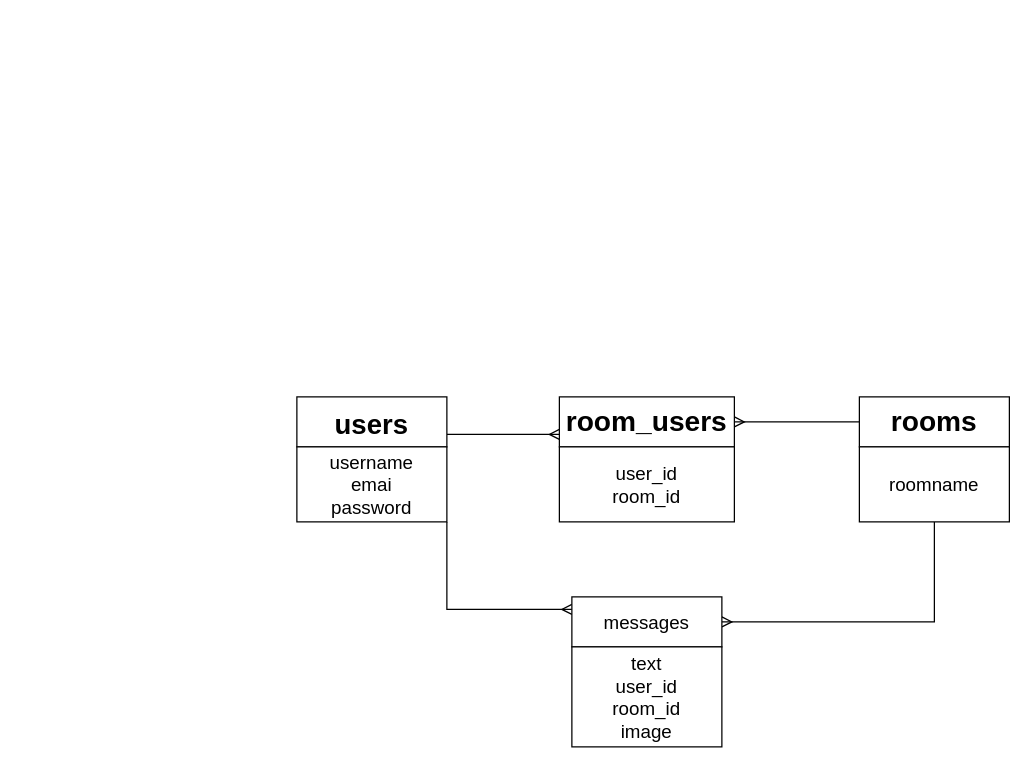
Earlier version of the draw.io diagram er.dio (kawasaki03/chat-service). Source tidied: cells renumbered, new cells numbered last; positions are measured from the earlier drawing's top-left corner, leaving out a move shared by most shapes. Both pictures are drawn from the tidied source at 125%, with x=0, y=0 at pixel (296, 396).
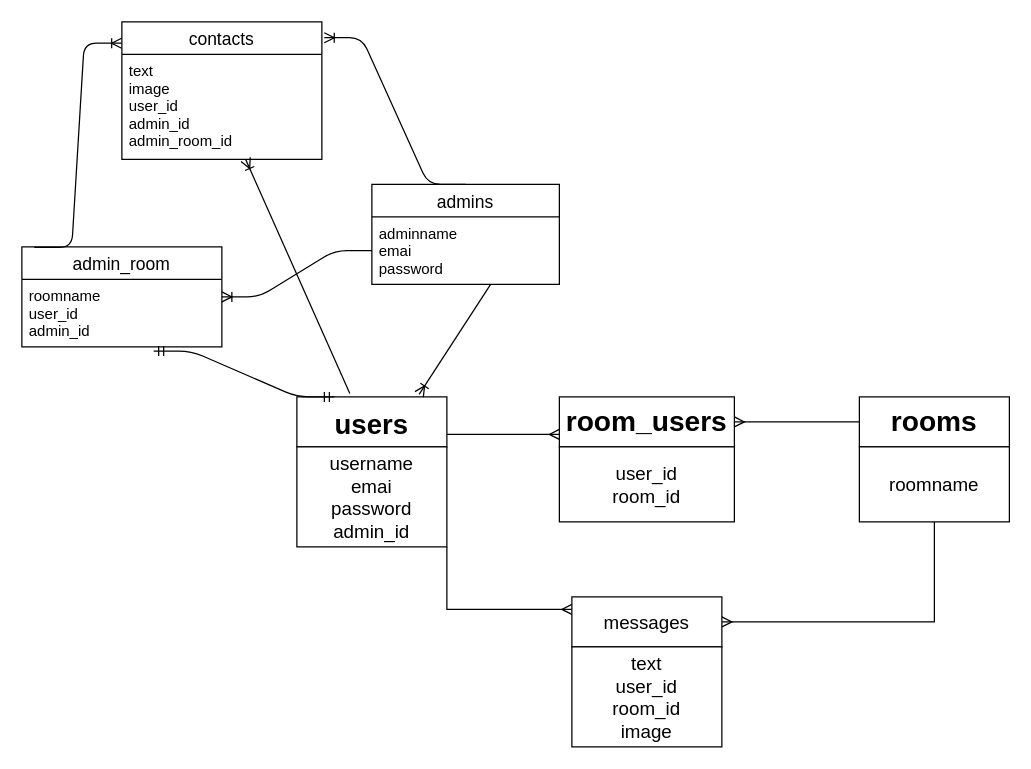
The same page after the edit.

Unchanged cells that the change refers to:
```xml
<mxCell id="3" value="&lt;h2&gt;&lt;font style=&quot;font-size: 22px&quot;&gt;users&lt;/font&gt;&lt;/h2&gt;" style="rounded=0;whiteSpace=wrap;html=1;fontSize=19;" parent="1" vertex="1">
  <mxGeometry width="120" height="40" as="geometry" />
</mxCell>
```

The edit, as a diff of the source:
```diff
@@
-    <mxCell id="5" value="&lt;font style=&quot;line-height: 50%; font-size: 15px;&quot;&gt;username&lt;br style=&quot;font-size: 15px;&quot;&gt;emai&lt;br style=&quot;font-size: 15px;&quot;&gt;password&lt;br style=&quot;font-size: 15px;&quot;&gt;&lt;/font&gt;" style="rounded=0;whiteSpace=wrap;html=1;fontSize=15;verticalAlign=middle;horizontal=1;align=center;spacing=2;" parent="1" vertex="1">
-      <mxGeometry y="40" width="120" height="60" as="geometry" />
+    <mxCell id="5" value="&lt;font style=&quot;line-height: 50% ; font-size: 15px&quot;&gt;username&lt;br style=&quot;font-size: 15px&quot;&gt;emai&lt;br style=&quot;font-size: 15px&quot;&gt;password&lt;br&gt;admin_id&lt;br style=&quot;font-size: 15px&quot;&gt;&lt;/font&gt;" style="rounded=0;whiteSpace=wrap;html=1;fontSize=15;verticalAlign=middle;horizontal=1;align=center;spacing=2;" parent="1" vertex="1">
+      <mxGeometry y="40" width="120" height="80" as="geometry" />
     </mxCell>
@@
+    <mxCell id="15" value="admins" style="swimlane;fontStyle=0;horizontal=1;startSize=26;align=center;fontSize=14;" parent="1" vertex="1">
+      <mxGeometry x="60" y="-170" width="150" height="80" as="geometry" />
+    </mxCell>
+    <mxCell id="16" value="adminname&#10;emai&#10;password" style="text;strokeColor=none;fillColor=none;spacingLeft=4;spacingRight=4;overflow=hidden;points=[[0,0.5],[1,0.5]];portConstraint=eastwest;fontSize=12;" parent="15" vertex="1">
+      <mxGeometry y="26" width="150" height="54" as="geometry" />
+    </mxCell>
+    <mxCell id="17" value="admin_room" style="swimlane;fontStyle=0;horizontal=1;startSize=26;align=center;fontSize=14;" parent="1" vertex="1">
+      <mxGeometry x="-220" y="-120" width="160" height="80" as="geometry" />
+    </mxCell>
+    <mxCell id="18" value="roomname&#10;user_id&#10;admin_id&#10;" style="text;strokeColor=none;fillColor=none;spacingLeft=4;spacingRight=4;overflow=hidden;points=[[0,0.5],[1,0.5]];portConstraint=eastwest;fontSize=12;" parent="17" vertex="1">
+      <mxGeometry y="26" width="160" height="54" as="geometry" />
+    </mxCell>
+    <mxCell id="19" value="contacts" style="swimlane;fontStyle=0;horizontal=1;startSize=26;align=center;fontSize=14;" parent="1" vertex="1">
+      <mxGeometry x="-140" y="-300" width="160" height="110" as="geometry" />
+    </mxCell>
+    <mxCell id="20" value="text&#10;image&#10;user_id&#10;admin_id&#10;admin_room_id" style="text;strokeColor=none;fillColor=none;spacingLeft=4;spacingRight=4;overflow=hidden;fontSize=12;" parent="19" vertex="1">
+      <mxGeometry y="26" width="160" height="84" as="geometry" />
+    </mxCell>
+    <mxCell id="21" style="edgeStyle=entityRelationEdgeStyle;fontSize=12;html=1;endArrow=ERoneToMany;entryX=1.012;entryY=0.115;entryDx=0;entryDy=0;entryPerimeter=0;exitX=0.5;exitY=0;exitDx=0;exitDy=0;" parent="1" edge="1" source="15" target="19">
+      <mxGeometry relative="1" as="geometry" />
+    </mxCell>
+    <mxCell id="22" style="edgeStyle=entityRelationEdgeStyle;fontSize=12;html=1;endArrow=ERoneToMany;exitX=0.062;exitY=0.006;exitDx=0;exitDy=0;entryX=-0.001;entryY=0.155;entryDx=0;entryDy=0;exitPerimeter=0;entryPerimeter=0;" parent="1" edge="1" source="17" target="19">
+      <mxGeometry relative="1" as="geometry" />
+    </mxCell>
+    <mxCell id="23" style="edgeStyle=entityRelationEdgeStyle;fontSize=12;html=1;endArrow=ERmandOne;startArrow=ERmandOne;exitX=0.25;exitY=0;exitDx=0;exitDy=0;entryX=0.659;entryY=1.062;entryDx=0;entryDy=0;entryPerimeter=0;" parent="1" edge="1" source="3" target="18">
+      <mxGeometry relative="1" as="geometry" />
+    </mxCell>
+    <mxCell id="24" style="edgeStyle=entityRelationEdgeStyle;fontSize=12;html=1;endArrow=ERoneToMany;" parent="1" edge="1" source="16" target="17">
+      <mxGeometry relative="1" as="geometry" />
+    </mxCell>
+    <mxCell id="25" style="fontSize=12;html=1;endArrow=ERoneToMany;entryX=0.815;entryY=-0.05;entryDx=0;entryDy=0;entryPerimeter=0;" parent="1" edge="1" target="3">
+      <mxGeometry relative="1" as="geometry">
+        <mxPoint x="155" y="-90" as="sourcePoint" />
+      </mxGeometry>
+    </mxCell>
+    <mxCell id="26" style="fontSize=12;html=1;endArrow=ERoneToMany;exitX=0.353;exitY=-0.067;exitDx=0;exitDy=0;exitPerimeter=0;" parent="1" edge="1" source="3">
+      <mxGeometry relative="1" as="geometry">
+        <mxPoint x="-41" y="-190" as="targetPoint" />
+      </mxGeometry>
+    </mxCell>
```
